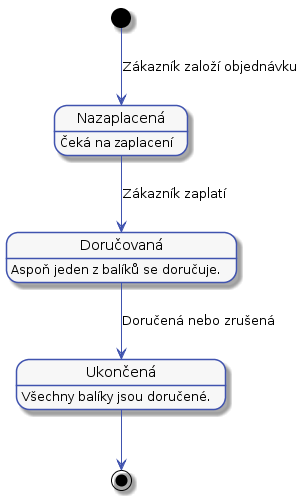
The PlantUML diagram docs/diagrams/out/states-order.png in Internet-Handel/postman, before a commit.
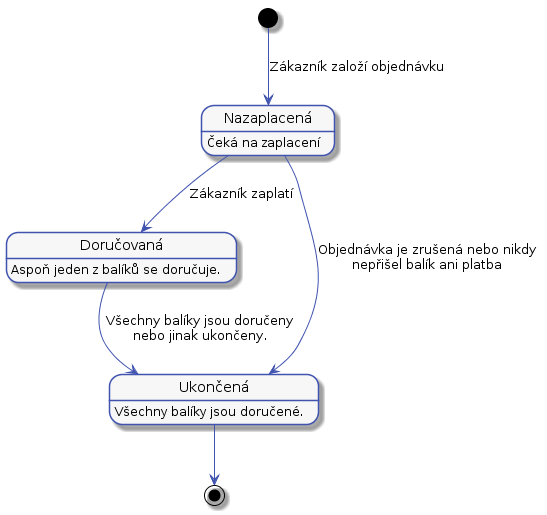
After the change.

Diff of the diagram source:
```diff
@@ -66,6 +66,7 @@
 
 [*] --> nezaplacená : Zákazník založí objednávku
 nezaplacená --> cekaNaDoruceni : Zákazník zaplatí
-cekaNaDoruceni --> closed : Doručená nebo zrušená
+nezaplacená --> closed:  Objednávka je zrušená nebo nikdy\nnepřišel balík ani platba
+cekaNaDoruceni --> closed : Všechny balíky jsou doručeny\nnebo jinak ukončeny.
 closed --> [*]
 @enduml
```
